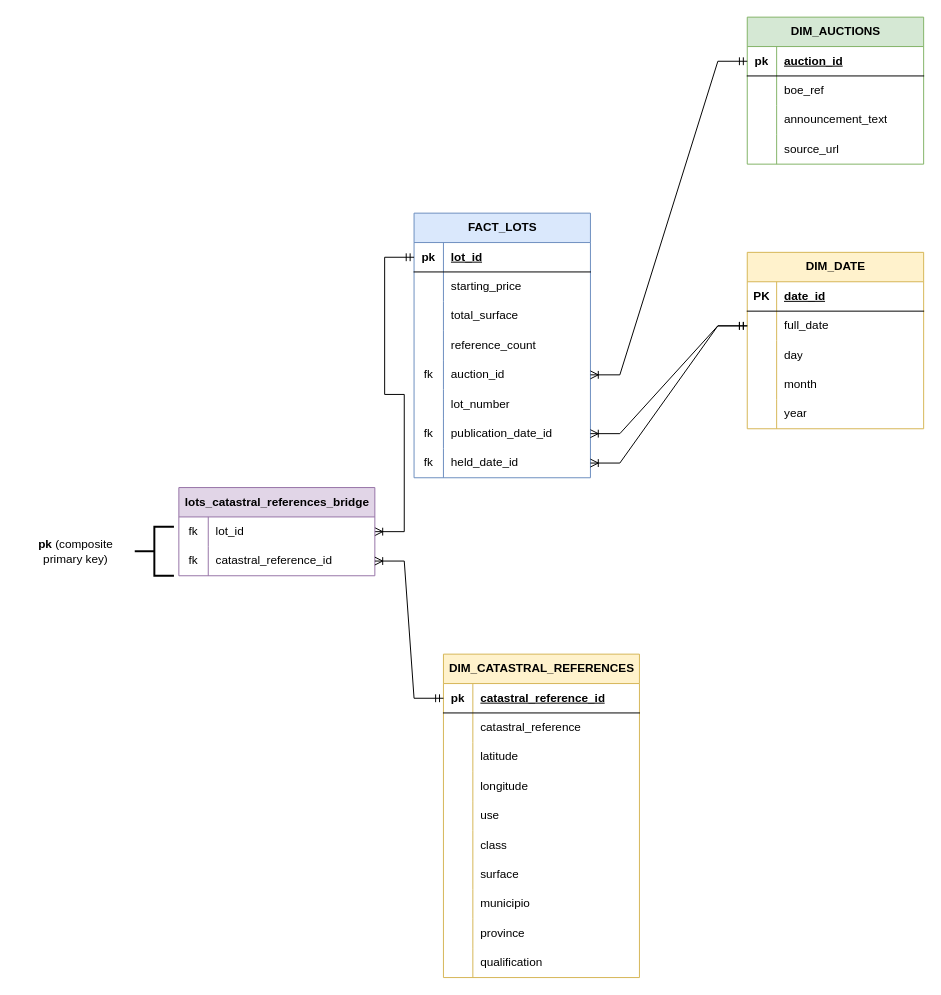
The draw.io diagram data_modeling/OLAP/3.gold/E-R.drawio in MiguelDonado/subastas_analytics, before the edit. Source tidied: cells renumbered, new cells numbered last; positions are measured from the earlier drawing's top-left corner, leaving out a move shared by most shapes. Both pictures are drawn from the tidied source at 98%, with x=0, y=0 at pixel (17, 17).
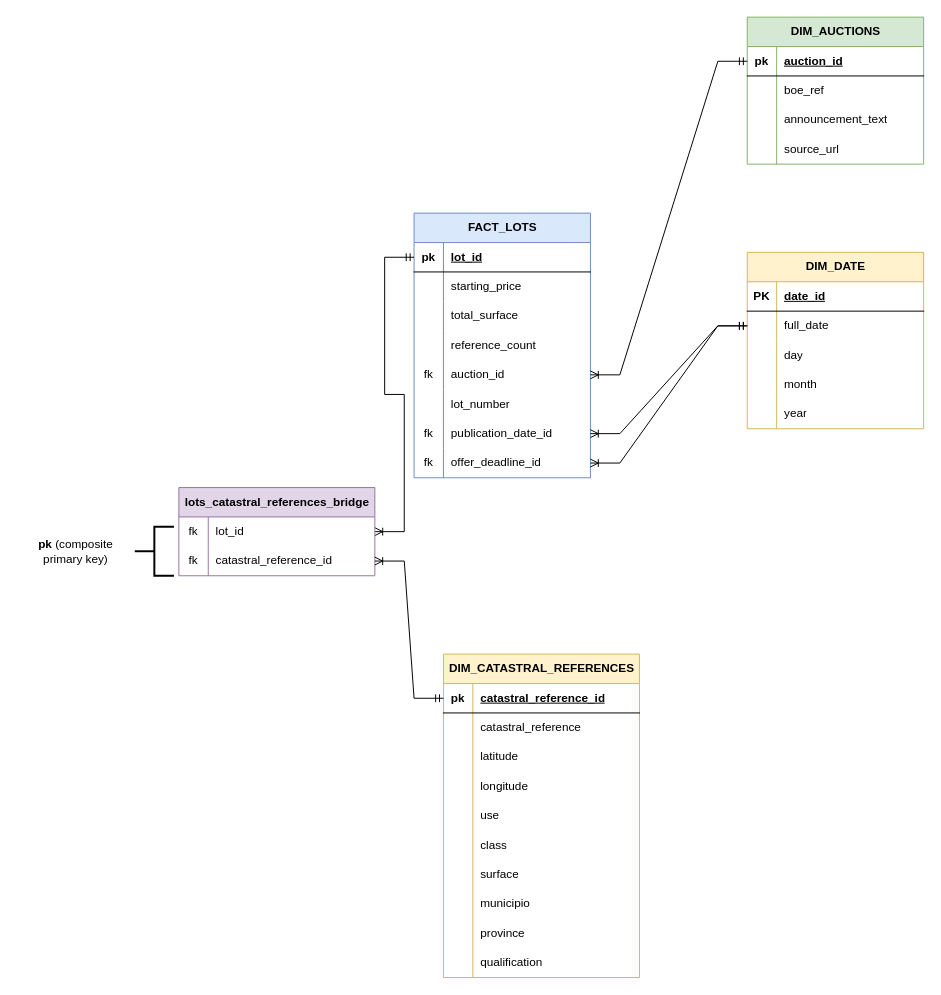
Above is the later version.

The change refers to these unchanged cells:
```xml
<mxCell id="37" style="shape=tableRow;horizontal=0;startSize=0;swimlaneHead=0;swimlaneBody=0;fillColor=none;points=[[0,0.5],[1,0.5]];portConstraint=eastwest;top=0;left=0;right=0;bottom=0;" parent="15" vertex="1">
  <mxGeometry y="240" width="180" height="30" as="geometry" />
</mxCell>
```

Change to the diagram source:
```diff
@@
-    <mxCell id="39" value="held_date_id" style="shape=partialRectangle;fillColor=none;top=0;left=0;bottom=0;right=0;align=left;spacingLeft=6;overflow=hidden;whiteSpace=wrap;html=1;" parent="37" vertex="1">
+    <mxCell id="39" value="offer_deadline_id" style="shape=partialRectangle;fillColor=none;top=0;left=0;bottom=0;right=0;align=left;spacingLeft=6;overflow=hidden;whiteSpace=wrap;html=1;" parent="37" vertex="1">
       <mxGeometry x="30" width="150" height="30" as="geometry" />
     </mxCell>
```
